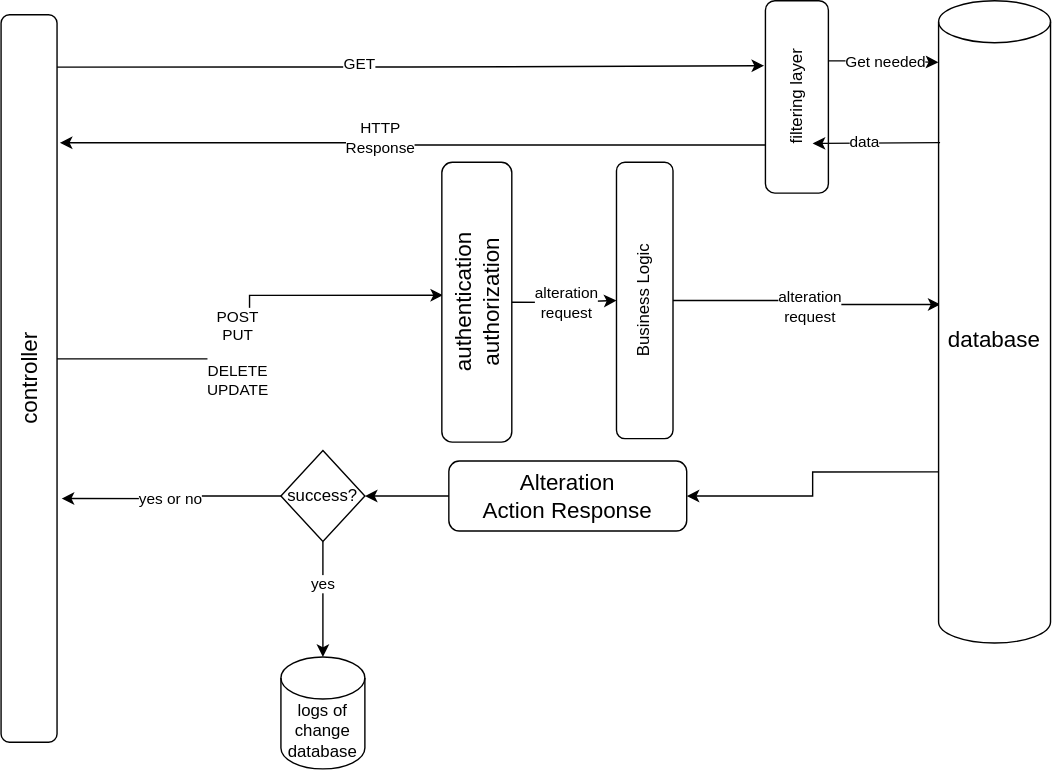
Above: etc/imgs/system-desgin.drawio.svg in Abdullah-Khawahir/clinics-schedules (draw.io), before the change. Source tidied: cells renumbered, new cells last; positions are measured from the earlier drawing's top-left corner, leaving out a move shared by most shapes.
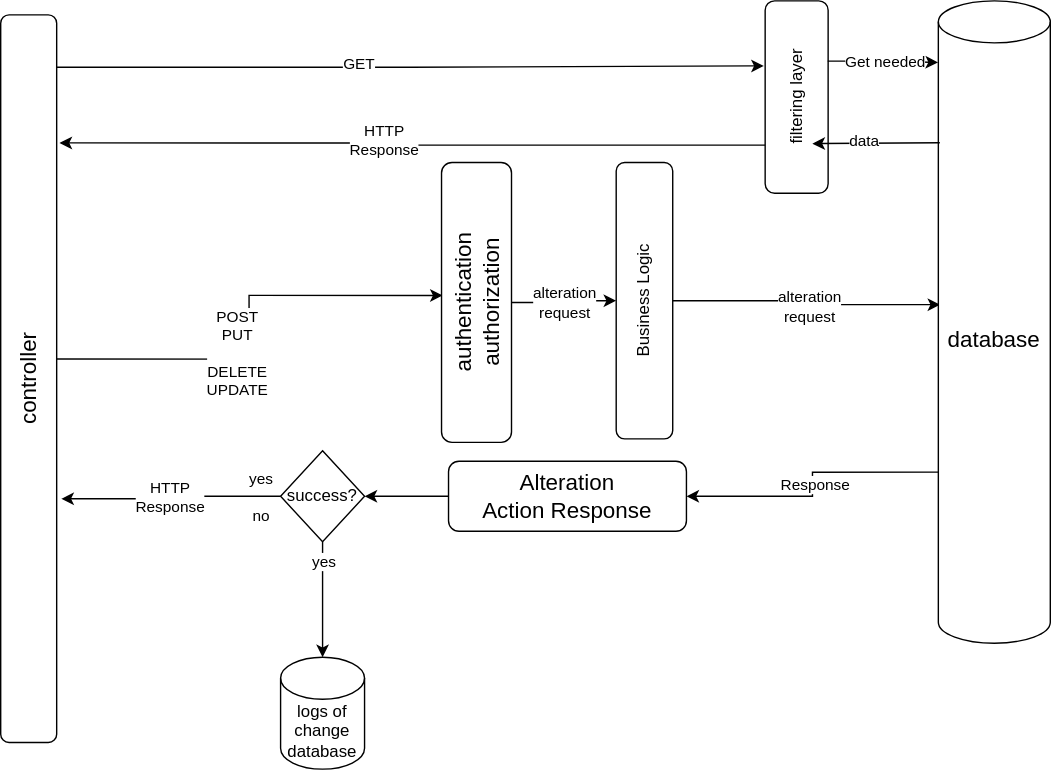
The same file after the commit.

Commit message:
adding dataflow commnets system-desgin.drawio.svg

The edit, as a diff of the source:
```diff
@@ -30,6 +30,9 @@
     <mxCell id="9" style="edgeStyle=orthogonalEdgeStyle;rounded=0;jettySize=auto;html=1;exitX=0;exitY=0;exitDx=0;exitDy=336.75;exitPerimeter=0;entryX=1;entryY=0.5;entryDx=0;entryDy=0;" parent="1" edge="1" source="10" target="22">
       <mxGeometry relative="1" as="geometry" />
     </mxCell>
+    <mxCell id="30" value="&lt;div&gt;Response&lt;/div&gt;" style="edgeLabel;html=1;align=center;verticalAlign=middle;" parent="9" vertex="1">
+      <mxGeometry x="0.01" y="1" relative="1" as="geometry" />
+    </mxCell>
     <mxCell id="10" value="database" style="shape=cylinder3;whiteSpace=wrap;html=1;boundedLbl=1;backgroundOutline=1;size=15;fontSize=16;" parent="1" vertex="1">
       <mxGeometry x="910" width="80" height="459" as="geometry" />
     </mxCell>
@@ -65,9 +68,12 @@
     <mxCell id="20" style="edgeStyle=orthogonalEdgeStyle;rounded=0;jettySize=auto;html=1;entryX=0.335;entryY=1.083;entryDx=0;entryDy=0;entryPerimeter=0;" parent="1" edge="1" source="27" target="29">
       <mxGeometry relative="1" as="geometry" />
     </mxCell>
-    <mxCell id="21" value="yes or no" style="edgeLabel;html=1;align=center;verticalAlign=middle;" parent="20" vertex="1">
-      <mxGeometry x="0.04" y="-1" relative="1" as="geometry" />
-    </mxCell>
+    <mxCell id="31" value="&lt;div&gt;yes&lt;/div&gt;&lt;div&gt;&lt;br&gt;&lt;/div&gt;&lt;div&gt;no&lt;br&gt;&lt;/div&gt;" style="edgeLabel;html=1;align=center;verticalAlign=middle;labelBorderColor=none;labelBackgroundColor=none;" parent="20" vertex="1">
+      <mxGeometry x="-0.82" relative="1" as="geometry" />
+    </mxCell>
+    <mxCell id="32" value="&lt;div&gt;HTTP &lt;br&gt;&lt;/div&gt;&lt;div&gt;Response&lt;br&gt;&lt;/div&gt;" style="edgeLabel;html=1;align=center;verticalAlign=middle;" parent="20" vertex="1">
+      <mxGeometry relative="1" as="geometry" />
+    </mxCell>
     <mxCell id="22" value="&lt;div&gt;Alteration&lt;/div&gt;&lt;div&gt;Action Response&lt;br&gt;&lt;/div&gt;" style="whiteSpace=wrap;html=1;fontSize=16;rounded=1;" parent="1" vertex="1">
       <mxGeometry x="560" y="329" width="170" height="50" as="geometry" />
     </mxCell>
@@ -81,7 +87,9 @@
       <mxGeometry relative="1" as="geometry" />
     </mxCell>
     <mxCell id="26" value="yes" style="edgeLabel;html=1;align=center;verticalAlign=middle;" parent="25" vertex="1">
-      <mxGeometry x="-0.27" y="-1" relative="1" as="geometry" />
+      <mxGeometry x="-0.27" y="-1" relative="1" as="geometry">
+        <mxPoint x="1" y="-17" as="offset" />
+      </mxGeometry>
     </mxCell>
     <mxCell id="27" value="success?" style="rhombus;whiteSpace=wrap;html=1;" parent="1" vertex="1">
       <mxGeometry x="440" y="321.5" width="60" height="65" as="geometry" />
```
